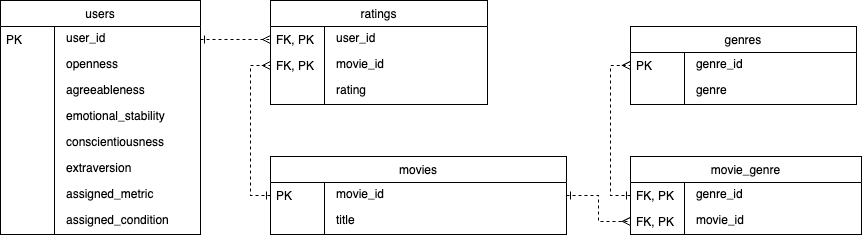
Before: media/PersonalityERD.drawio.png, a diagram exported from draw.io (jl3nn/COMP0022-coursework). Source tidied: cells renumbered, new cells last; positions are measured from the earlier drawing's top-left corner, leaving out a move shared by most shapes.
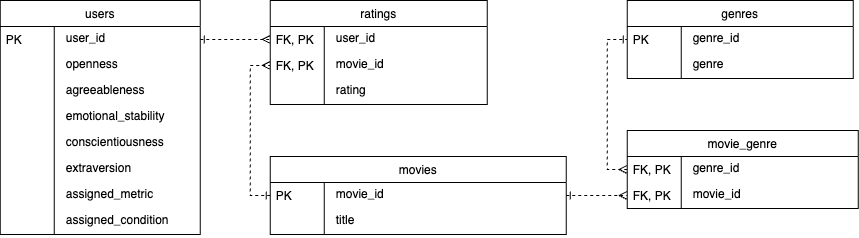
The same diagram one commit later.

What changed in the source:
```diff
@@ -1,4 +1,4 @@
-<mxGraphModel>
+<mxGraphModel background="#ffffff">
   <root>
     <mxCell id="0" />
     <mxCell id="1" parent="0" />
@@ -8,117 +8,117 @@
     <mxCell id="3" value="user_id" style="shape=partialRectangle;top=0;left=0;right=0;bottom=0;align=left;verticalAlign=top;spacingTop=-2;fillColor=none;spacingLeft=64;spacingRight=4;overflow=hidden;points=[[0,0.5],[1,0.5]];portConstraint=eastwest;" parent="2" vertex="1">
       <mxGeometry y="26" width="200" height="26" as="geometry" />
     </mxCell>
-    <mxCell id="4" value="PK" style="shape=partialRectangle;top=0;left=0;bottom=0;fillColor=none;align=left;verticalAlign=middle;spacingLeft=4;spacingRight=4;overflow=hidden;" parent="3" vertex="1">
-      <mxGeometry width="54" height="26" as="geometry" />
-    </mxCell>
+    <mxCell id="45" value="PK" style="shape=partialRectangle;top=0;left=0;bottom=0;fillColor=none;align=left;verticalAlign=middle;spacingLeft=4;spacingRight=4;overflow=hidden;" parent="3" vertex="1">
+      <mxGeometry width="54" height="26" as="geometry" />
+    </mxCell>
     <mxCell id="5" value="openness" style="shape=partialRectangle;top=0;left=0;right=0;bottom=0;align=left;verticalAlign=top;spacingTop=-2;fillColor=none;spacingLeft=64;spacingRight=4;overflow=hidden;" parent="2" vertex="1">
       <mxGeometry y="52" width="200" height="26" as="geometry" />
     </mxCell>
-    <mxCell id="6" style="shape=partialRectangle;top=0;left=0;bottom=0;fillColor=none;align=left;verticalAlign=middle;spacingLeft=4;spacingRight=4;overflow=hidden;" parent="5" vertex="1">
-      <mxGeometry width="54" height="26" as="geometry" />
-    </mxCell>
+    <mxCell id="46" style="shape=partialRectangle;top=0;left=0;bottom=0;fillColor=none;align=left;verticalAlign=middle;spacingLeft=4;spacingRight=4;overflow=hidden;" parent="5" vertex="1">
+      <mxGeometry width="54" height="26" as="geometry" />
+    </mxCell>
     <mxCell id="7" value="agreeableness" style="shape=partialRectangle;top=0;left=0;right=0;bottom=0;align=left;verticalAlign=top;spacingTop=-2;fillColor=none;spacingLeft=64;spacingRight=4;overflow=hidden;" parent="2" vertex="1">
       <mxGeometry y="78" width="200" height="26" as="geometry" />
     </mxCell>
-    <mxCell id="8" style="shape=partialRectangle;top=0;left=0;bottom=0;fillColor=none;align=left;verticalAlign=middle;spacingLeft=4;spacingRight=4;overflow=hidden;" parent="7" vertex="1">
-      <mxGeometry width="54" height="26" as="geometry" />
-    </mxCell>
+    <mxCell id="47" style="shape=partialRectangle;top=0;left=0;bottom=0;fillColor=none;align=left;verticalAlign=middle;spacingLeft=4;spacingRight=4;overflow=hidden;" parent="7" vertex="1">
+      <mxGeometry width="54" height="26" as="geometry" />
+    </mxCell>
     <mxCell id="9" value="emotional_stability" style="shape=partialRectangle;top=0;left=0;right=0;bottom=0;align=left;verticalAlign=top;spacingTop=-2;fillColor=none;spacingLeft=64;spacingRight=4;overflow=hidden;" parent="2" vertex="1">
       <mxGeometry y="104" width="200" height="26" as="geometry" />
     </mxCell>
-    <mxCell id="10" style="shape=partialRectangle;top=0;left=0;bottom=0;fillColor=none;align=left;verticalAlign=middle;spacingLeft=4;spacingRight=4;overflow=hidden;" parent="9" vertex="1">
-      <mxGeometry width="54" height="26" as="geometry" />
-    </mxCell>
+    <mxCell id="48" style="shape=partialRectangle;top=0;left=0;bottom=0;fillColor=none;align=left;verticalAlign=middle;spacingLeft=4;spacingRight=4;overflow=hidden;" parent="9" vertex="1">
+      <mxGeometry width="54" height="26" as="geometry" />
+    </mxCell>
     <mxCell id="11" value="conscientiousness" style="shape=partialRectangle;top=0;left=0;right=0;bottom=0;align=left;verticalAlign=top;spacingTop=-2;fillColor=none;spacingLeft=64;spacingRight=4;overflow=hidden;" parent="2" vertex="1">
       <mxGeometry y="130" width="200" height="26" as="geometry" />
     </mxCell>
-    <mxCell id="12" style="shape=partialRectangle;top=0;left=0;bottom=0;fillColor=none;align=left;verticalAlign=middle;spacingLeft=4;spacingRight=4;overflow=hidden;" parent="11" vertex="1">
-      <mxGeometry width="54" height="26" as="geometry" />
-    </mxCell>
+    <mxCell id="49" style="shape=partialRectangle;top=0;left=0;bottom=0;fillColor=none;align=left;verticalAlign=middle;spacingLeft=4;spacingRight=4;overflow=hidden;" parent="11" vertex="1">
+      <mxGeometry width="54" height="26" as="geometry" />
+    </mxCell>
     <mxCell id="13" value="extraversion" style="shape=partialRectangle;top=0;left=0;right=0;bottom=0;align=left;verticalAlign=top;spacingTop=-2;fillColor=none;spacingLeft=64;spacingRight=4;overflow=hidden;" parent="2" vertex="1">
       <mxGeometry y="156" width="200" height="26" as="geometry" />
     </mxCell>
-    <mxCell id="14" style="shape=partialRectangle;top=0;left=0;bottom=0;fillColor=none;align=left;verticalAlign=middle;spacingLeft=4;spacingRight=4;overflow=hidden;" parent="13" vertex="1">
-      <mxGeometry width="54" height="26" as="geometry" />
-    </mxCell>
+    <mxCell id="50" style="shape=partialRectangle;top=0;left=0;bottom=0;fillColor=none;align=left;verticalAlign=middle;spacingLeft=4;spacingRight=4;overflow=hidden;" parent="13" vertex="1">
+      <mxGeometry width="54" height="26" as="geometry" />
+    </mxCell>
     <mxCell id="15" value="assigned_metric" style="shape=partialRectangle;top=0;left=0;right=0;bottom=0;align=left;verticalAlign=top;spacingTop=-2;fillColor=none;spacingLeft=64;spacingRight=4;overflow=hidden;" parent="2" vertex="1">
       <mxGeometry y="182" width="200" height="26" as="geometry" />
     </mxCell>
-    <mxCell id="16" style="shape=partialRectangle;top=0;left=0;bottom=0;fillColor=none;align=left;verticalAlign=middle;spacingLeft=4;spacingRight=4;overflow=hidden;" parent="15" vertex="1">
-      <mxGeometry width="54" height="26" as="geometry" />
-    </mxCell>
+    <mxCell id="51" style="shape=partialRectangle;top=0;left=0;bottom=0;fillColor=none;align=left;verticalAlign=middle;spacingLeft=4;spacingRight=4;overflow=hidden;" parent="15" vertex="1">
+      <mxGeometry width="54" height="26" as="geometry" />
+    </mxCell>
     <mxCell id="17" value="assigned_condition" style="shape=partialRectangle;top=0;left=0;right=0;bottom=0;align=left;verticalAlign=top;spacingTop=-2;fillColor=none;spacingLeft=64;spacingRight=4;overflow=hidden;" parent="2" vertex="1">
       <mxGeometry y="208" width="200" height="26" as="geometry" />
     </mxCell>
-    <mxCell id="18" style="shape=partialRectangle;top=0;left=0;bottom=0;fillColor=none;align=left;verticalAlign=middle;spacingLeft=4;spacingRight=4;overflow=hidden;" parent="17" vertex="1">
-      <mxGeometry width="54" height="26" as="geometry" />
-    </mxCell>
+    <mxCell id="52" style="shape=partialRectangle;top=0;left=0;bottom=0;fillColor=none;align=left;verticalAlign=middle;spacingLeft=4;spacingRight=4;overflow=hidden;" parent="17" vertex="1">
+      <mxGeometry width="54" height="26" as="geometry" />
+    </mxCell>
     <mxCell id="19" value="movies" style="swimlane;fontStyle=0;horizontal=1;startSize=26;fillColor=default;swimlaneFillColor=default;align=center;" parent="1" vertex="1">
       <mxGeometry x="270" y="156" width="296" height="78" as="geometry" />
     </mxCell>
     <mxCell id="20" value="movie_id" style="shape=partialRectangle;top=0;left=0;right=0;bottom=0;align=left;verticalAlign=top;spacingTop=-2;fillColor=none;spacingLeft=64;spacingRight=4;overflow=hidden;points=[[0,0.5],[1,0.5]];portConstraint=eastwest;" parent="19" vertex="1">
       <mxGeometry y="26" width="296" height="26" as="geometry" />
     </mxCell>
-    <mxCell id="21" value="PK" style="shape=partialRectangle;top=0;left=0;bottom=0;fillColor=none;align=left;verticalAlign=middle;spacingLeft=4;spacingRight=4;overflow=hidden;" parent="20" vertex="1">
-      <mxGeometry width="54" height="26" as="geometry" />
-    </mxCell>
+    <mxCell id="53" value="PK" style="shape=partialRectangle;top=0;left=0;bottom=0;fillColor=none;align=left;verticalAlign=middle;spacingLeft=4;spacingRight=4;overflow=hidden;" parent="20" vertex="1">
+      <mxGeometry width="54" height="26" as="geometry" />
+    </mxCell>
     <mxCell id="22" value="title" style="shape=partialRectangle;top=0;left=0;right=0;bottom=0;align=left;verticalAlign=top;spacingTop=-2;fillColor=none;spacingLeft=64;spacingRight=4;overflow=hidden;" parent="19" vertex="1">
       <mxGeometry y="52" width="296" height="26" as="geometry" />
     </mxCell>
-    <mxCell id="23" style="shape=partialRectangle;top=0;left=0;bottom=0;fillColor=none;align=left;verticalAlign=middle;spacingLeft=4;spacingRight=4;overflow=hidden;" parent="22" vertex="1">
-      <mxGeometry width="54" height="26" as="geometry" />
-    </mxCell>
+    <mxCell id="54" style="shape=partialRectangle;top=0;left=0;bottom=0;fillColor=none;align=left;verticalAlign=middle;spacingLeft=4;spacingRight=4;overflow=hidden;" parent="22" vertex="1">
+      <mxGeometry width="54" height="26" as="geometry" />
+    </mxCell>
     <mxCell id="24" value="ratings" style="swimlane;fontStyle=0;horizontal=1;startSize=26;fillColor=default;swimlaneFillColor=default;align=center;" parent="1" vertex="1">
       <mxGeometry x="270" width="217" height="104" as="geometry" />
     </mxCell>
     <mxCell id="25" value="user_id" style="shape=partialRectangle;top=0;left=0;right=0;bottom=0;align=left;verticalAlign=top;spacingTop=-2;fillColor=none;spacingLeft=64;spacingRight=4;overflow=hidden;points=[[0,0.5],[1,0.5]];portConstraint=eastwest;" parent="24" vertex="1">
       <mxGeometry y="26" width="217" height="26" as="geometry" />
     </mxCell>
-    <mxCell id="26" value="FK, PK" style="shape=partialRectangle;top=0;left=0;bottom=0;fillColor=none;align=left;verticalAlign=middle;spacingLeft=4;spacingRight=4;overflow=hidden;" parent="25" vertex="1">
-      <mxGeometry width="54" height="26" as="geometry" />
-    </mxCell>
+    <mxCell id="55" value="FK, PK" style="shape=partialRectangle;top=0;left=0;bottom=0;fillColor=none;align=left;verticalAlign=middle;spacingLeft=4;spacingRight=4;overflow=hidden;" parent="25" vertex="1">
+      <mxGeometry width="54" height="26" as="geometry" />
+    </mxCell>
     <mxCell id="27" value="movie_id" style="shape=partialRectangle;top=0;left=0;right=0;bottom=0;align=left;verticalAlign=top;spacingTop=-2;fillColor=none;spacingLeft=64;spacingRight=4;overflow=hidden;points=[[0,0.5],[1,0.5]];portConstraint=eastwest;" parent="24" vertex="1">
       <mxGeometry y="52" width="217" height="26" as="geometry" />
     </mxCell>
-    <mxCell id="28" value="FK, PK" style="shape=partialRectangle;top=0;left=0;bottom=0;fillColor=none;align=left;verticalAlign=middle;spacingLeft=4;spacingRight=4;overflow=hidden;" parent="27" vertex="1">
-      <mxGeometry width="54" height="26" as="geometry" />
-    </mxCell>
+    <mxCell id="56" value="FK, PK" style="shape=partialRectangle;top=0;left=0;bottom=0;fillColor=none;align=left;verticalAlign=middle;spacingLeft=4;spacingRight=4;overflow=hidden;" parent="27" vertex="1">
+      <mxGeometry width="54" height="26" as="geometry" />
+    </mxCell>
     <mxCell id="29" value="rating" style="shape=partialRectangle;top=0;left=0;right=0;bottom=0;align=left;verticalAlign=top;spacingTop=-2;fillColor=none;spacingLeft=64;spacingRight=4;overflow=hidden;" parent="24" vertex="1">
       <mxGeometry y="78" width="217" height="26" as="geometry" />
     </mxCell>
-    <mxCell id="30" style="shape=partialRectangle;top=0;left=0;bottom=0;fillColor=none;align=left;verticalAlign=middle;spacingLeft=4;spacingRight=4;overflow=hidden;" parent="29" vertex="1">
-      <mxGeometry width="54" height="26" as="geometry" />
-    </mxCell>
+    <mxCell id="57" style="shape=partialRectangle;top=0;left=0;bottom=0;fillColor=none;align=left;verticalAlign=middle;spacingLeft=4;spacingRight=4;overflow=hidden;" parent="29" vertex="1">
+      <mxGeometry width="54" height="26" as="geometry" />
+    </mxCell>
     <mxCell id="31" value="genres" style="swimlane;fontStyle=0;horizontal=1;startSize=26;fillColor=default;swimlaneFillColor=default;align=center;" parent="1" vertex="1">
-      <mxGeometry x="630" y="26" width="226" height="78" as="geometry" />
+      <mxGeometry x="626.9" width="226" height="78" as="geometry" />
     </mxCell>
     <mxCell id="32" value="genre_id" style="shape=partialRectangle;top=0;left=0;right=0;bottom=0;align=left;verticalAlign=top;spacingTop=-2;fillColor=none;spacingLeft=64;spacingRight=4;overflow=hidden;points=[[0,0.5],[1,0.5]];portConstraint=eastwest;" parent="31" vertex="1">
       <mxGeometry y="26" width="226" height="26" as="geometry" />
     </mxCell>
-    <mxCell id="33" value="PK" style="shape=partialRectangle;top=0;left=0;bottom=0;fillColor=none;align=left;verticalAlign=middle;spacingLeft=4;spacingRight=4;overflow=hidden;" parent="32" vertex="1">
-      <mxGeometry width="54" height="26" as="geometry" />
-    </mxCell>
+    <mxCell id="58" value="PK" style="shape=partialRectangle;top=0;left=0;bottom=0;fillColor=none;align=left;verticalAlign=middle;spacingLeft=4;spacingRight=4;overflow=hidden;" parent="32" vertex="1">
+      <mxGeometry width="54" height="26" as="geometry" />
+    </mxCell>
     <mxCell id="34" value="genre" style="shape=partialRectangle;top=0;left=0;right=0;bottom=0;align=left;verticalAlign=top;spacingTop=-2;fillColor=none;spacingLeft=64;spacingRight=4;overflow=hidden;" parent="31" vertex="1">
       <mxGeometry y="52" width="226" height="26" as="geometry" />
     </mxCell>
-    <mxCell id="35" style="shape=partialRectangle;top=0;left=0;bottom=0;fillColor=none;align=left;verticalAlign=middle;spacingLeft=4;spacingRight=4;overflow=hidden;" parent="34" vertex="1">
-      <mxGeometry width="54" height="26" as="geometry" />
-    </mxCell>
+    <mxCell id="59" style="shape=partialRectangle;top=0;left=0;bottom=0;fillColor=none;align=left;verticalAlign=middle;spacingLeft=4;spacingRight=4;overflow=hidden;" parent="34" vertex="1">
+      <mxGeometry width="54" height="26" as="geometry" />
+    </mxCell>
     <mxCell id="36" value="movie_genre" style="swimlane;fontStyle=0;horizontal=1;startSize=26;fillColor=default;swimlaneFillColor=default;align=center;" parent="1" vertex="1">
-      <mxGeometry x="630" y="156" width="231" height="78" as="geometry" />
+      <mxGeometry x="626.9" y="130" width="231" height="78" as="geometry" />
     </mxCell>
     <mxCell id="37" value="genre_id" style="shape=partialRectangle;top=0;left=0;right=0;bottom=0;align=left;verticalAlign=top;spacingTop=-2;fillColor=none;spacingLeft=64;spacingRight=4;overflow=hidden;points=[[0,0.5],[1,0.5]];portConstraint=eastwest;" parent="36" vertex="1">
       <mxGeometry y="26" width="231" height="26" as="geometry" />
     </mxCell>
-    <mxCell id="38" value="FK, PK" style="shape=partialRectangle;top=0;left=0;bottom=0;fillColor=none;align=left;verticalAlign=middle;spacingLeft=4;spacingRight=4;overflow=hidden;" parent="37" vertex="1">
-      <mxGeometry width="54" height="26" as="geometry" />
-    </mxCell>
+    <mxCell id="60" value="FK, PK" style="shape=partialRectangle;top=0;left=0;bottom=0;fillColor=none;align=left;verticalAlign=middle;spacingLeft=4;spacingRight=4;overflow=hidden;" parent="37" vertex="1">
+      <mxGeometry width="54" height="26" as="geometry" />
+    </mxCell>
     <mxCell id="39" value="movie_id" style="shape=partialRectangle;top=0;left=0;right=0;bottom=0;align=left;verticalAlign=top;spacingTop=-2;fillColor=none;spacingLeft=64;spacingRight=4;overflow=hidden;points=[[0,0.5],[1,0.5]];portConstraint=eastwest;" parent="36" vertex="1">
       <mxGeometry y="52" width="231" height="26" as="geometry" />
     </mxCell>
-    <mxCell id="40" value="FK, PK" style="shape=partialRectangle;top=0;left=0;bottom=0;fillColor=none;align=left;verticalAlign=middle;spacingLeft=4;spacingRight=4;overflow=hidden;" parent="39" vertex="1">
-      <mxGeometry width="54" height="26" as="geometry" />
-    </mxCell>
+    <mxCell id="61" value="FK, PK" style="shape=partialRectangle;top=0;left=0;bottom=0;fillColor=none;align=left;verticalAlign=middle;spacingLeft=4;spacingRight=4;overflow=hidden;" parent="39" vertex="1">
+      <mxGeometry width="54" height="26" as="geometry" />
+    </mxCell>
     <mxCell id="41" style="edgeStyle=orthogonalEdgeStyle;rounded=0;jettySize=auto;html=1;exitX=1;exitY=0.5;exitDx=0;exitDy=0;entryX=0;entryY=0.5;entryDx=0;entryDy=0;dashed=1;endArrow=ERmany;endFill=0;startArrow=ERone;startFill=0;" parent="1" edge="1" source="3" target="25">
       <mxGeometry relative="1" as="geometry" />
     </mxCell>
@@ -128,7 +128,7 @@
     <mxCell id="43" style="edgeStyle=orthogonalEdgeStyle;rounded=0;jettySize=auto;html=1;exitX=1;exitY=0.5;exitDx=0;exitDy=0;entryX=0;entryY=0.5;entryDx=0;entryDy=0;dashed=1;endArrow=ERmany;endFill=0;startArrow=ERone;startFill=0;" parent="1" edge="1" source="20" target="39">
       <mxGeometry relative="1" as="geometry" />
     </mxCell>
-    <mxCell id="44" style="edgeStyle=orthogonalEdgeStyle;rounded=0;jettySize=auto;html=1;exitX=0;exitY=0.5;exitDx=0;exitDy=0;entryX=0;entryY=0.5;entryDx=0;entryDy=0;dashed=1;endArrow=ERmany;endFill=0;startArrow=ERone;startFill=0;" parent="1" edge="1" source="37" target="32">
+    <mxCell id="44" style="edgeStyle=orthogonalEdgeStyle;rounded=0;jettySize=auto;html=1;exitX=0;exitY=0.5;exitDx=0;exitDy=0;entryX=0;entryY=0.5;entryDx=0;entryDy=0;dashed=1;endArrow=ERone;endFill=0;startArrow=ERmany;startFill=0;" parent="1" edge="1" source="37" target="32">
       <mxGeometry relative="1" as="geometry" />
     </mxCell>
   </root>
```
